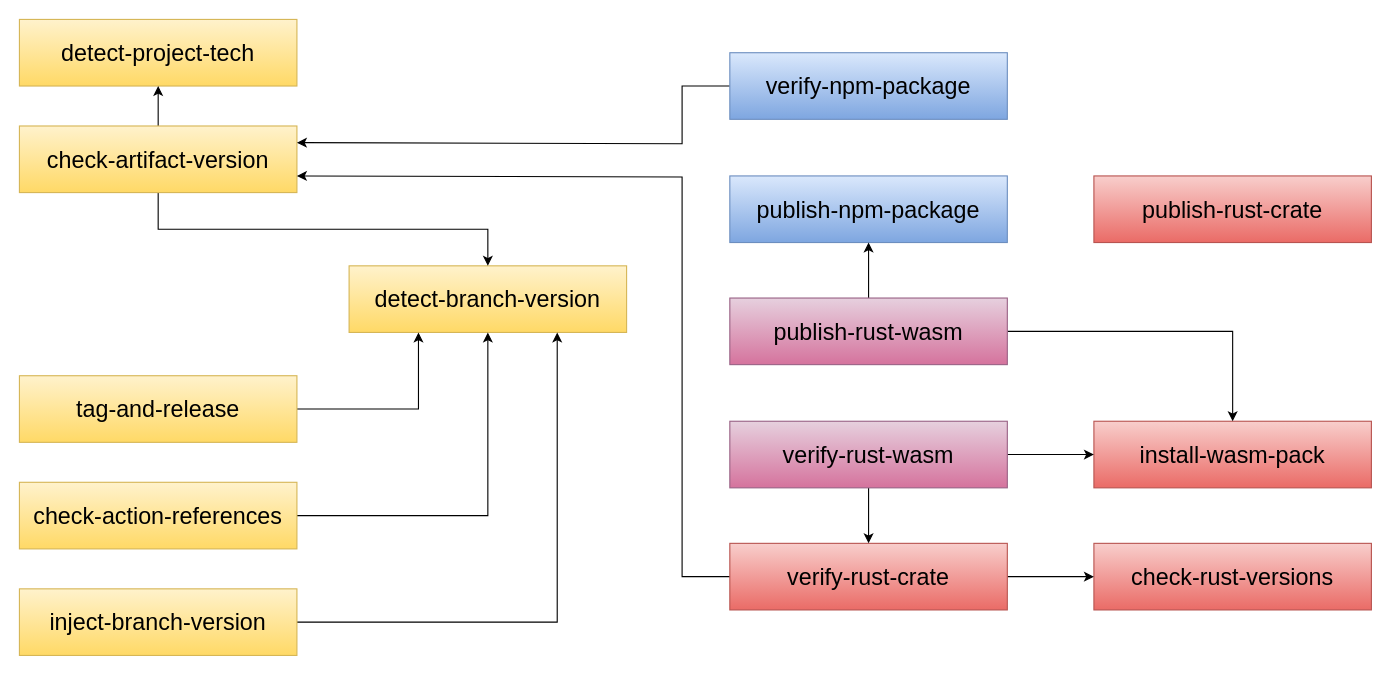
Before: docs/schema.drawio in giancosta86/aurora-github, a draw.io diagram. Source tidied: cells renumbered, new cells numbered last; positions are measured from the earlier drawing's top-left corner, leaving out a move shared by most shapes. Both pictures are drawn from the tidied source at 111%, with x=0, y=0 at pixel (19, 19).
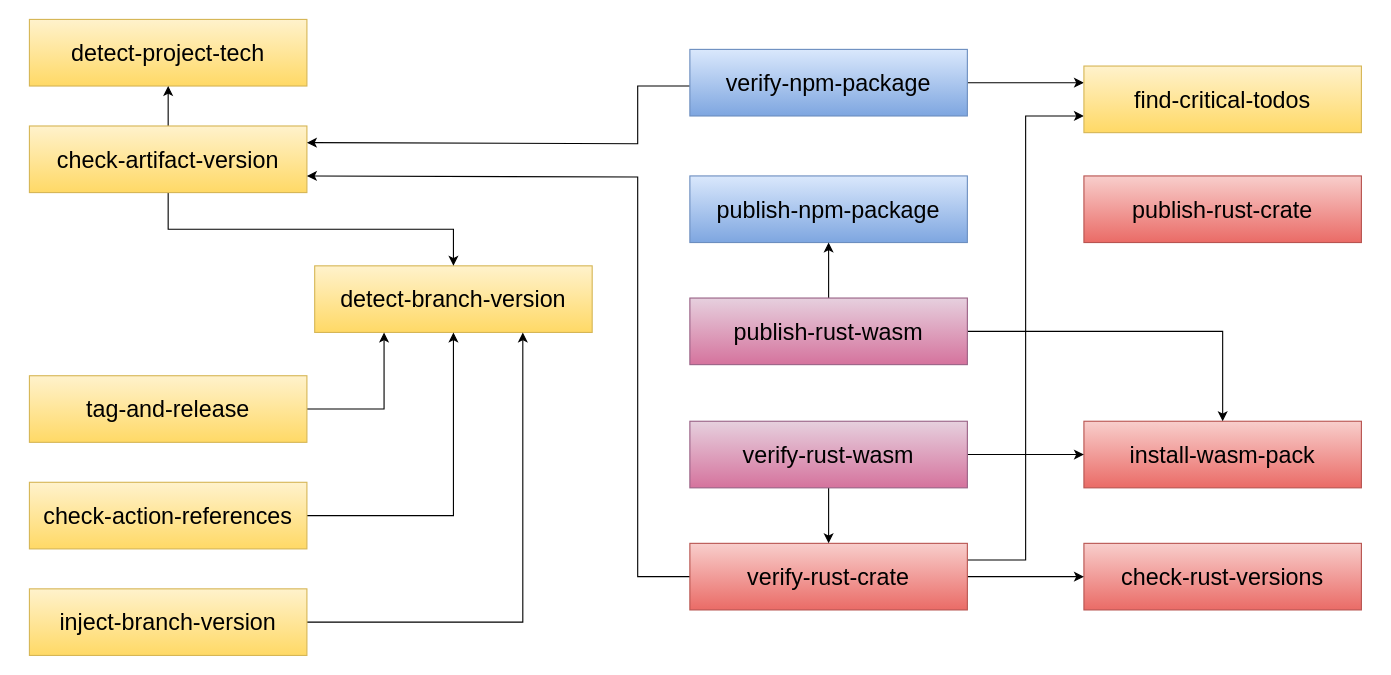
The same page after the edit.

Commit message (it also covers changes not shown here):
Introduce find-critical-todos (closes #4)

What changed in the source:
```diff
@@
     <mxCell id="2" value="&lt;font color=&quot;#000000&quot; style=&quot;font-size: 21px;&quot;&gt;detect-project-tech&lt;/font&gt;" style="rounded=0;whiteSpace=wrap;html=1;fillColor=#fff2cc;gradientColor=#ffd966;strokeColor=#d6b656;fontSize=21;" parent="1" vertex="1">
-      <mxGeometry width="250" height="60" as="geometry" />
+      <mxGeometry x="9" width="250" height="60" as="geometry" />
     </mxCell>
     <mxCell id="3" value="&lt;font color=&quot;#000000&quot; style=&quot;font-size: 21px;&quot;&gt;install-wasm-pack&lt;/font&gt;" style="rounded=0;whiteSpace=wrap;html=1;fillColor=#f8cecc;gradientColor=#ea6b66;strokeColor=#b85450;fontSize=21;" parent="1" vertex="1">
-      <mxGeometry x="968" y="362" width="250" height="60" as="geometry" />
+      <mxGeometry x="959" y="362" width="250" height="60" as="geometry" />
     </mxCell>
     <mxCell id="4" value="&lt;font color=&quot;#000000&quot; style=&quot;font-size: 21px;&quot;&gt;check-rust-versions&lt;/font&gt;" style="rounded=0;whiteSpace=wrap;html=1;fillColor=#f8cecc;gradientColor=#ea6b66;strokeColor=#b85450;fontSize=21;" parent="1" vertex="1">
-      <mxGeometry x="968" y="472" width="250" height="60" as="geometry" />
+      <mxGeometry x="959" y="472" width="250" height="60" as="geometry" />
     </mxCell>
     <mxCell id="5" value="&lt;font color=&quot;#000000&quot; style=&quot;font-size: 21px;&quot;&gt;detect-branch-version&lt;/font&gt;" style="rounded=0;whiteSpace=wrap;html=1;fillColor=#fff2cc;gradientColor=#ffd966;strokeColor=#d6b656;fontSize=21;" parent="1" vertex="1">
-      <mxGeometry x="297" y="222" width="250" height="60" as="geometry" />
+      <mxGeometry x="266" y="222" width="250" height="60" as="geometry" />
     </mxCell>
@@
     <mxCell id="8" value="&lt;font color=&quot;#000000&quot; style=&quot;font-size: 21px;&quot;&gt;check-artifact-version&lt;/font&gt;" style="rounded=0;whiteSpace=wrap;html=1;fillColor=#fff2cc;gradientColor=#ffd966;strokeColor=#d6b656;fontSize=21;" parent="1" vertex="1">
-      <mxGeometry y="96" width="250" height="60" as="geometry" />
+      <mxGeometry x="9" y="96" width="250" height="60" as="geometry" />
     </mxCell>
@@
     <mxCell id="10" value="&lt;font color=&quot;#000000&quot; style=&quot;font-size: 21px;&quot;&gt;tag-and-release&lt;/font&gt;" style="rounded=0;whiteSpace=wrap;html=1;fillColor=#fff2cc;gradientColor=#ffd966;strokeColor=#d6b656;fontSize=21;" parent="1" vertex="1">
-      <mxGeometry y="321" width="250" height="60" as="geometry" />
+      <mxGeometry x="9" y="321" width="250" height="60" as="geometry" />
     </mxCell>
     <mxCell id="11" style="edgeStyle=orthogonalEdgeStyle;rounded=0;jettySize=auto;html=1;entryX=1;entryY=0.75;entryDx=0;entryDy=0;fontSize=17;" parent="1" edge="1" source="13" target="8">
       <mxGeometry relative="1" as="geometry">
         <Array as="points">
-          <mxPoint x="597" y="502" />
-          <mxPoint x="597" y="142" />
+          <mxPoint x="557" y="502" />
+          <mxPoint x="557" y="142" />
         </Array>
       </mxGeometry>
     </mxCell>
@@
+    <mxCell id="28" style="edgeStyle=orthogonalEdgeStyle;rounded=0;jettySize=auto;html=1;exitX=1;exitY=0.25;exitDx=0;exitDy=0;entryX=0;entryY=0.75;entryDx=0;entryDy=0;" parent="1" edge="1" source="13" target="30">
+      <mxGeometry relative="1" as="geometry" />
+    </mxCell>
     <mxCell id="13" value="&lt;span style=&quot;color: rgb(0, 0, 0);&quot;&gt;verify&lt;/span&gt;&lt;font color=&quot;#000000&quot; style=&quot;font-size: 21px;&quot;&gt;-rust-crate&lt;/font&gt;" style="rounded=0;whiteSpace=wrap;html=1;fillColor=#f8cecc;gradientColor=#ea6b66;strokeColor=#b85450;fontSize=21;" parent="1" vertex="1">
-      <mxGeometry x="640" y="472" width="250" height="60" as="geometry" />
+      <mxGeometry x="604" y="472" width="250" height="60" as="geometry" />
     </mxCell>
     <mxCell id="14" value="&lt;font color=&quot;#000000&quot; style=&quot;font-size: 21px;&quot;&gt;publish-rust-crate&lt;/font&gt;" style="rounded=0;whiteSpace=wrap;html=1;fillColor=#f8cecc;gradientColor=#ea6b66;strokeColor=#b85450;fontSize=21;" parent="1" vertex="1">
-      <mxGeometry x="968" y="141" width="250" height="60" as="geometry" />
+      <mxGeometry x="959" y="141" width="250" height="60" as="geometry" />
     </mxCell>
     <mxCell id="15" style="edgeStyle=orthogonalEdgeStyle;rounded=0;jettySize=auto;html=1;fontSize=17;entryX=1;entryY=0.25;entryDx=0;entryDy=0;" parent="1" edge="1" source="16" target="8">
       <mxGeometry relative="1" as="geometry">
         <Array as="points">
-          <mxPoint x="597" y="60" />
-          <mxPoint x="597" y="112" />
+          <mxPoint x="557" y="60" />
+          <mxPoint x="557" y="112" />
         </Array>
       </mxGeometry>
     </mxCell>
+    <mxCell id="29" style="edgeStyle=orthogonalEdgeStyle;rounded=0;jettySize=auto;html=1;exitX=1;exitY=0.5;exitDx=0;exitDy=0;entryX=0;entryY=0.25;entryDx=0;entryDy=0;" parent="1" edge="1" source="16" target="30">
+      <mxGeometry relative="1" as="geometry" />
+    </mxCell>
     <mxCell id="16" value="&lt;span style=&quot;color: rgb(0, 0, 0);&quot;&gt;verify&lt;/span&gt;&lt;font color=&quot;#000000&quot; style=&quot;font-size: 21px;&quot;&gt;-npm-package&lt;/font&gt;" style="rounded=0;whiteSpace=wrap;html=1;fillColor=#dae8fc;gradientColor=#7ea6e0;strokeColor=#6c8ebf;fontSize=21;" parent="1" vertex="1">
-      <mxGeometry x="640" y="30" width="250" height="60" as="geometry" />
+      <mxGeometry x="604" y="27" width="250" height="60" as="geometry" />
     </mxCell>
     <mxCell id="17" value="&lt;font color=&quot;#000000&quot; style=&quot;font-size: 21px;&quot;&gt;publish-npm-package&lt;/font&gt;" style="rounded=0;whiteSpace=wrap;html=1;fillColor=#dae8fc;gradientColor=#7ea6e0;strokeColor=#6c8ebf;fontSize=21;" parent="1" vertex="1">
-      <mxGeometry x="640" y="141" width="250" height="60" as="geometry" />
+      <mxGeometry x="604" y="141" width="250" height="60" as="geometry" />
     </mxCell>
@@
     <mxCell id="20" value="&lt;font color=&quot;#000000&quot; style=&quot;font-size: 21px;&quot;&gt;verify-rust-wasm&lt;/font&gt;" style="rounded=0;whiteSpace=wrap;html=1;fillColor=#e6d0de;strokeColor=#996185;gradientColor=#d5739d;fontSize=21;" parent="1" vertex="1">
-      <mxGeometry x="640" y="362" width="250" height="60" as="geometry" />
+      <mxGeometry x="604" y="362" width="250" height="60" as="geometry" />
     </mxCell>
@@
     <mxCell id="22" value="&lt;font color=&quot;#000000&quot; style=&quot;font-size: 21px;&quot;&gt;check-action-references&lt;/font&gt;" style="rounded=0;whiteSpace=wrap;html=1;fillColor=#fff2cc;strokeColor=#d6b656;fontSize=21;gradientColor=#ffd966;" parent="1" vertex="1">
-      <mxGeometry y="417" width="250" height="60" as="geometry" />
+      <mxGeometry x="9" y="417" width="250" height="60" as="geometry" />
     </mxCell>
@@
     <mxCell id="25" value="&lt;font color=&quot;#000000&quot; style=&quot;font-size: 21px;&quot;&gt;publish-rust-wasm&lt;/font&gt;" style="rounded=0;whiteSpace=wrap;html=1;fillColor=#e6d0de;strokeColor=#996185;gradientColor=#d5739d;fontSize=21;" parent="1" vertex="1">
-      <mxGeometry x="640" y="251" width="250" height="60" as="geometry" />
+      <mxGeometry x="604" y="251" width="250" height="60" as="geometry" />
     </mxCell>
@@
     <mxCell id="27" value="&lt;font color=&quot;#000000&quot; style=&quot;font-size: 21px;&quot;&gt;inject-branch-version&lt;/font&gt;" style="rounded=0;whiteSpace=wrap;html=1;fillColor=#fff2cc;strokeColor=#d6b656;fontSize=21;gradientColor=#ffd966;" parent="1" vertex="1">
-      <mxGeometry y="513" width="250" height="60" as="geometry" />
+      <mxGeometry x="9" y="513" width="250" height="60" as="geometry" />
     </mxCell>
+    <mxCell id="30" value="&lt;font color=&quot;#000000&quot; style=&quot;font-size: 21px;&quot;&gt;find-critical-todos&lt;/font&gt;" style="rounded=0;whiteSpace=wrap;html=1;fillColor=#fff2cc;gradientColor=#ffd966;strokeColor=#d6b656;fontSize=21;" parent="1" vertex="1">
+      <mxGeometry x="959" y="42" width="250" height="60" as="geometry" />
+    </mxCell>
```
